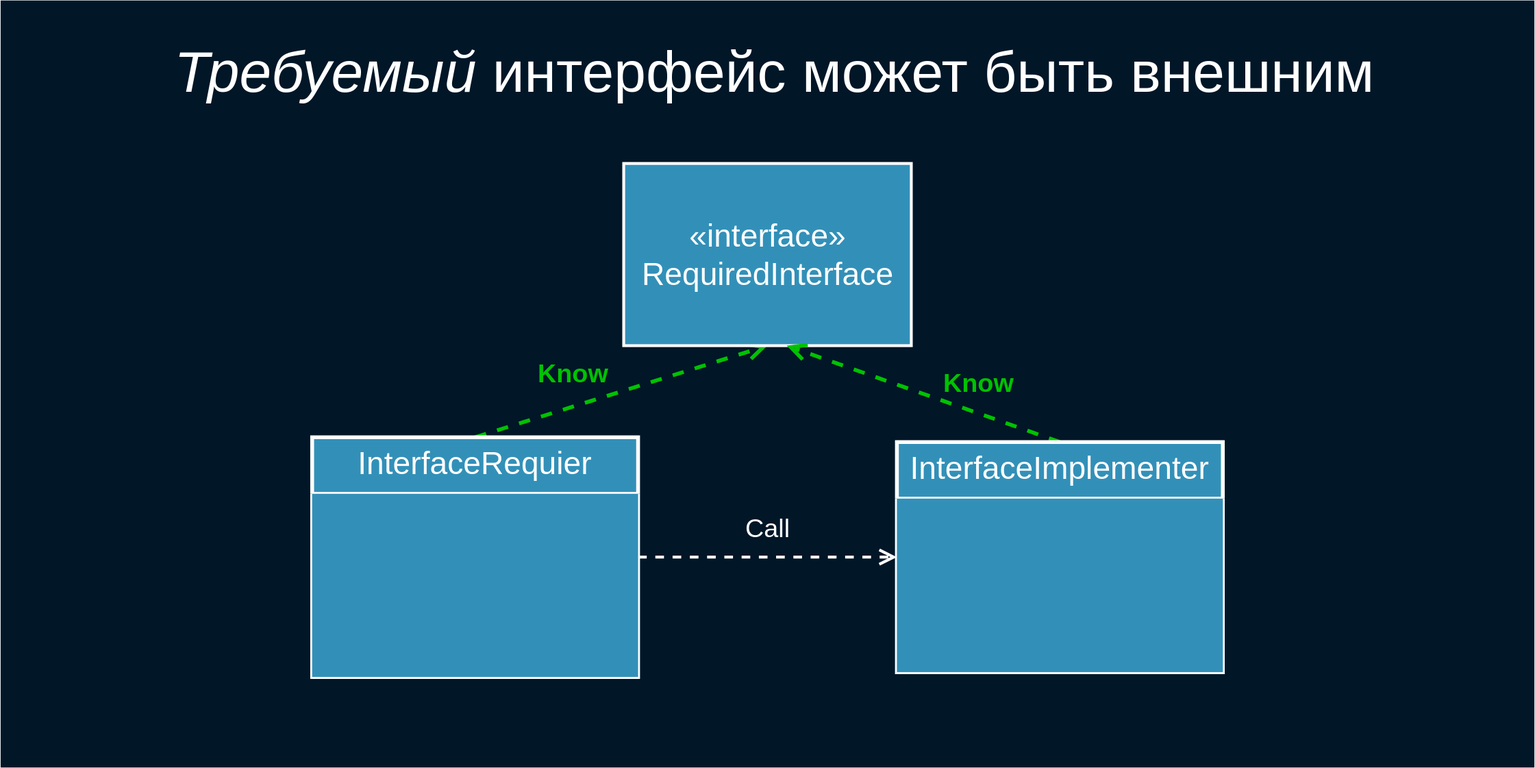
softspiders/dip-in-ca-deck keeps this draw.io diagram as deck/ru/diagrams/requiredInterface2.svg. Above is the earlier version. Source tidied: cells renumbered, new cells last; positions are measured from the earlier drawing's top-left corner, leaving out a move shared by most shapes.
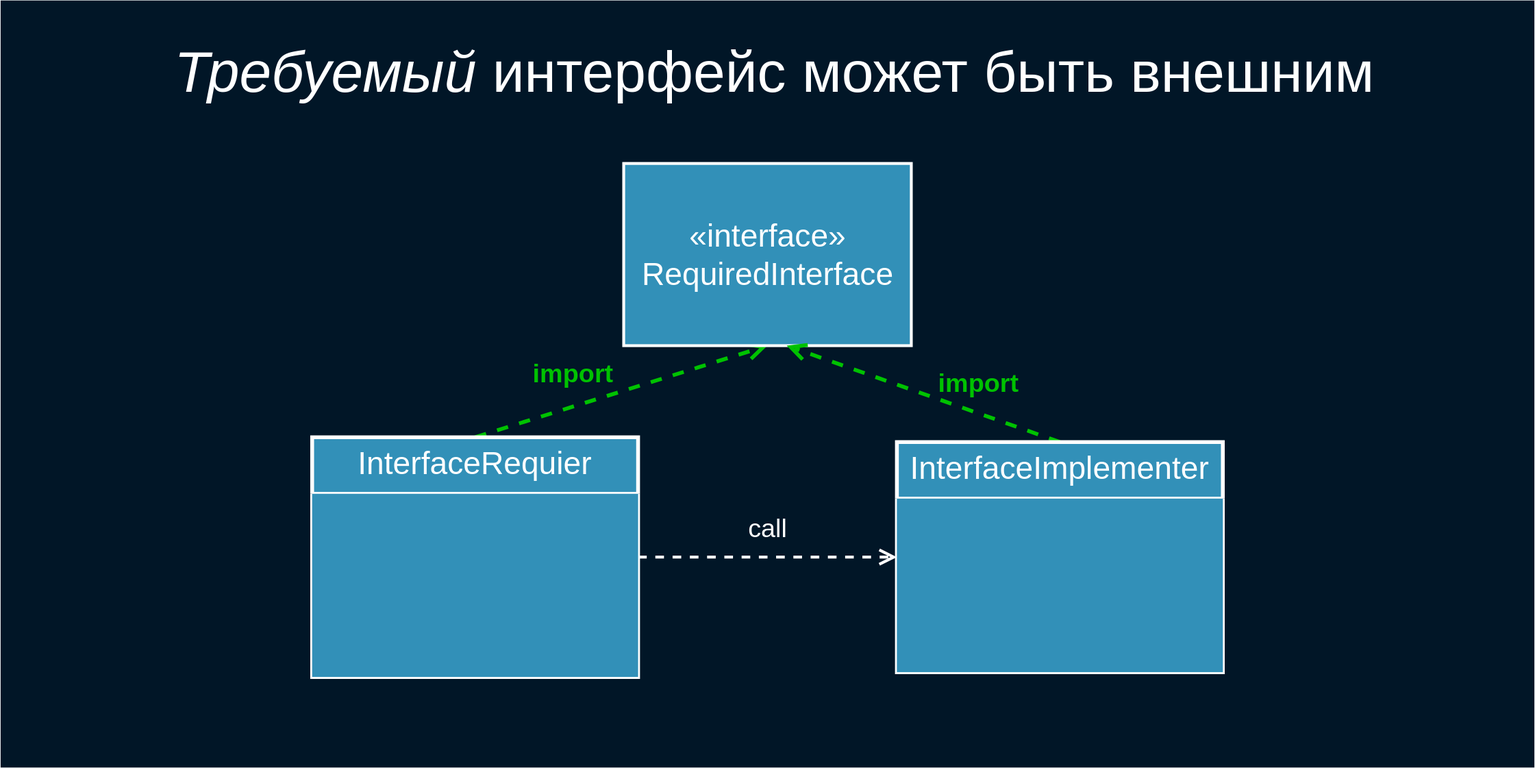
The same diagram one commit later.

The edit, as a diff of the source:
```diff
@@ -8,16 +8,16 @@
     <mxCell id="3" value="&lt;i&gt;Требуемый&lt;/i&gt; интерфейс может быть внешним" style="text;html=1;strokeColor=none;fillColor=none;align=center;verticalAlign=middle;whiteSpace=wrap;rounded=0;fontSize=60;fontColor=#FFFFFF;" parent="1" vertex="1">
       <mxGeometry x="125.2" y="40" width="1364.5" height="70" as="geometry" />
     </mxCell>
-    <mxCell id="4" value="Call" style="endArrow=open;endSize=12;dashed=1;html=1;labelBackgroundColor=none;strokeColor=#FFFFFF;strokeWidth=3;fontSize=27;fontColor=#FFFFFF;entryX=0;entryY=0.5;entryDx=0;entryDy=0;exitX=1;exitY=0.5;exitDx=0;exitDy=0;" parent="1" edge="1" source="8" target="10">
+    <mxCell id="4" value="call" style="endArrow=open;endSize=12;dashed=1;html=1;labelBackgroundColor=none;strokeColor=#FFFFFF;strokeWidth=3;fontSize=27;fontColor=#FFFFFF;entryX=0;entryY=0.5;entryDx=0;entryDy=0;exitX=1;exitY=0.5;exitDx=0;exitDy=0;" parent="1" edge="1" source="8" target="10">
       <mxGeometry y="30" relative="1" as="geometry" />
     </mxCell>
-    <mxCell id="5" value="Know" style="endArrow=open;endSize=12;dashed=1;html=1;labelBackgroundColor=none;strokeColor=#00C200;strokeWidth=4;fontSize=27;fontColor=#00C200;entryX=0.5;entryY=1;entryDx=0;entryDy=0;exitX=0.5;exitY=0;exitDx=0;exitDy=0;fontStyle=1;" parent="1" edge="1" source="8" target="6">
+    <mxCell id="5" value="import" style="endArrow=open;endSize=12;dashed=1;html=1;labelBackgroundColor=none;strokeColor=#00C200;strokeWidth=4;fontSize=27;fontColor=#00C200;entryX=0.5;entryY=1;entryDx=0;entryDy=0;exitX=0.5;exitY=0;exitDx=0;exitDy=0;fontStyle=1;" parent="1" edge="1" source="8" target="6">
       <mxGeometry x="-0.27" y="32" relative="1" as="geometry" />
     </mxCell>
     <mxCell id="6" value="«interface»&lt;br&gt;RequiredInterface" style="html=1;labelBackgroundColor=none;strokeColor=#FFFFFF;strokeWidth=3;fillColor=#3290B8;fontSize=33;fontColor=#FFFFFF;labelPosition=center;verticalLabelPosition=middle;align=center;verticalAlign=middle;" parent="1" vertex="1">
       <mxGeometry x="650" y="170" width="300" height="190" as="geometry" />
     </mxCell>
-    <mxCell id="7" value="Know" style="endArrow=open;endSize=12;dashed=1;html=1;labelBackgroundColor=none;strokeColor=#00C200;strokeWidth=4;fontSize=27;fontColor=#00C200;exitX=0.5;exitY=0;exitDx=0;exitDy=0;fontStyle=1;" parent="1" edge="1" source="10">
+    <mxCell id="7" value="import" style="endArrow=open;endSize=12;dashed=1;html=1;labelBackgroundColor=none;strokeColor=#00C200;strokeWidth=4;fontSize=27;fontColor=#00C200;exitX=0.5;exitY=0;exitDx=0;exitDy=0;fontStyle=1;" parent="1" edge="1" source="10">
       <mxGeometry x="-0.34" y="-29" relative="1" as="geometry">
         <mxPoint x="820" y="360" as="targetPoint" />
       </mxGeometry>
```
